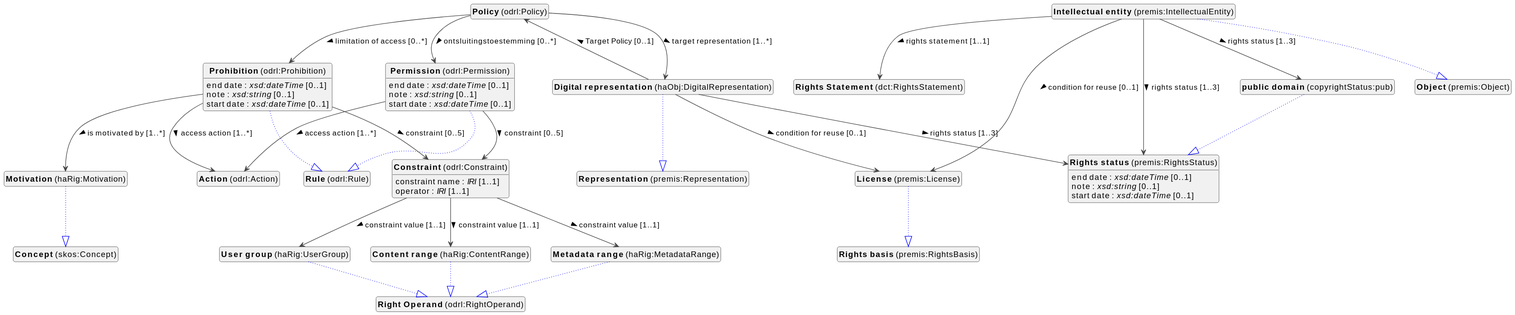
viaacode/documentation keeps this PlantUML diagram as docs/metadata/knowledge-graph/1.1.0/rights/en/rights-diagram.svg. Above is the earlier version.
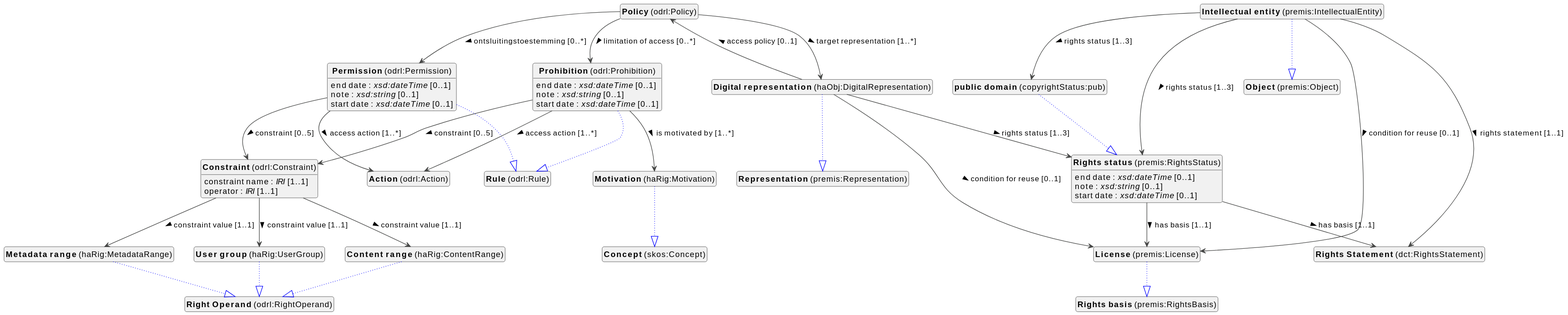
Above is the later version.

What changed in the source:
```diff
@@ -54,7 +54,7 @@
 
 haObj_DigitalRepresentation --|> premis_Representation #blue;line.dotted;text:blue
 
-haObj_DigitalRepresentation --> odrl_Policy :Target Policy [0..1]  >
+haObj_DigitalRepresentation --> odrl_Policy :access policy [0..1]  >
 haObj_DigitalRepresentation --> premis_License :condition for reuse [0..1]  >
 haObj_DigitalRepresentation --> premis_RightsStatus :rights status [1..3]  >
 
@@ -106,6 +106,8 @@
 premis_RightsStatus : end date : <i>xsd:dateTime</i> [0..1]
 premis_RightsStatus : note : <i>xsd:string</i> [0..1]
 premis_RightsStatus : start date : <i>xsd:dateTime</i> [0..1]
+premis_RightsStatus --> dct_RightsStatement :has basis [1..1]  >
+premis_RightsStatus --> premis_License :has basis [1..1]  >
 
 
 
```
